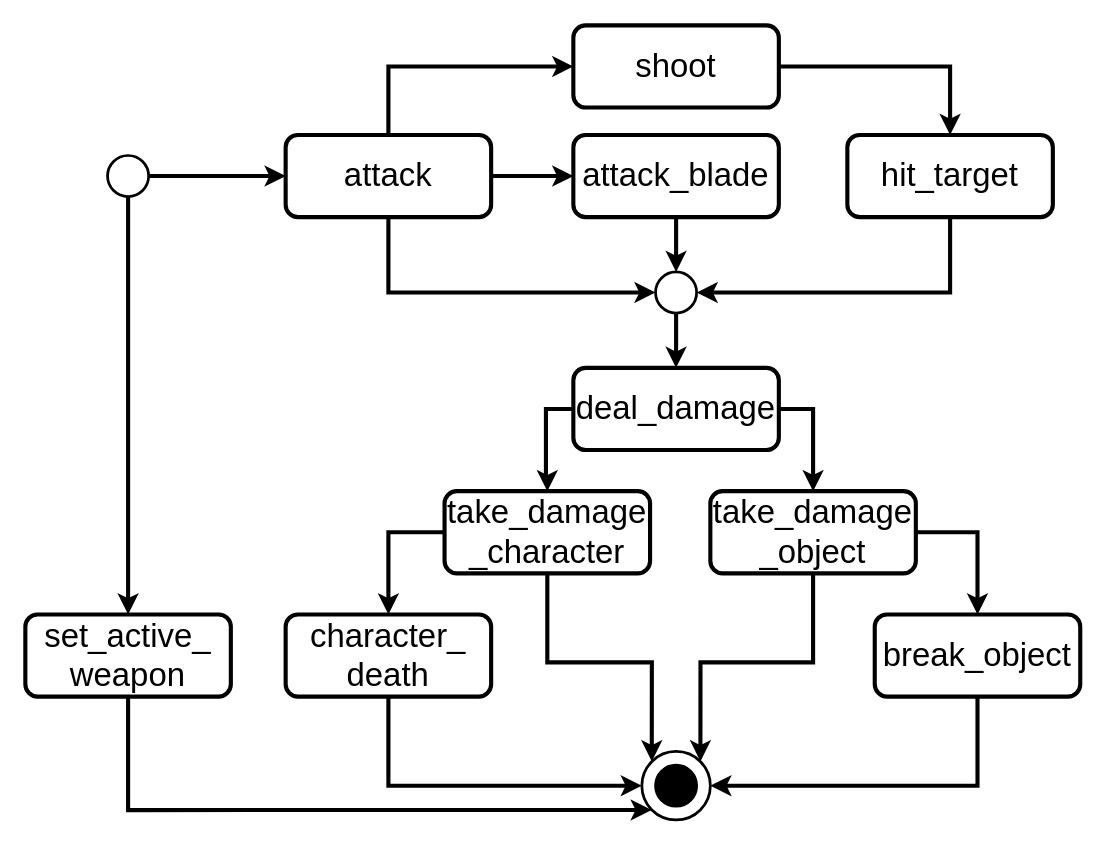
Before: Pictures/std/std 5.drawio in FM-Man/SPL_2, a draw.io diagram. Source tidied: cells renumbered, new cells numbered last; positions are measured from the earlier drawing's top-left corner, leaving out a move shared by most shapes. Both pictures are drawn from the tidied source at 137%, with x=0, y=0 at pixel (25, 25).
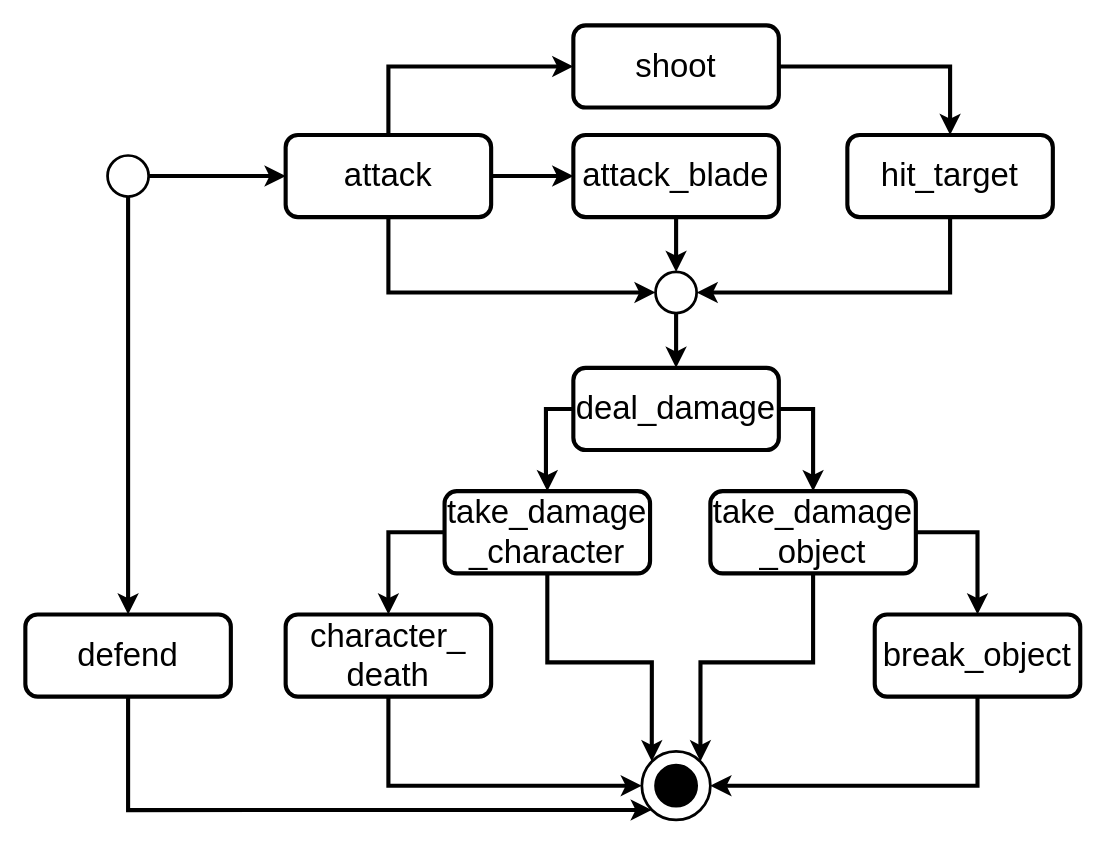
Above is the later version.

What changed in the source:
```diff
@@
-    <mxCell id="8" value="&lt;div&gt;&lt;font size=&quot;3&quot;&gt;&lt;font style=&quot;font-size: 24px&quot;&gt;set_active_&lt;/font&gt;&lt;/font&gt;&lt;/div&gt;&lt;div&gt;&lt;font size=&quot;3&quot;&gt;&lt;font style=&quot;font-size: 24px&quot;&gt;weapon&lt;br&gt;&lt;/font&gt;&lt;/font&gt;&lt;/div&gt;" style="rounded=1;whiteSpace=wrap;html=1;fillColor=#FFFFFF;strokeWidth=3;" parent="1" vertex="1">
+    <mxCell id="8" value="&lt;div&gt;&lt;font size=&quot;3&quot;&gt;&lt;font style=&quot;font-size: 24px&quot;&gt;defend&lt;/font&gt;&lt;/font&gt;&lt;/div&gt;" style="rounded=1;whiteSpace=wrap;html=1;fillColor=#FFFFFF;strokeWidth=3;" parent="1" vertex="1">
       <mxGeometry y="430" width="150" height="60" as="geometry" />
     </mxCell>
```
